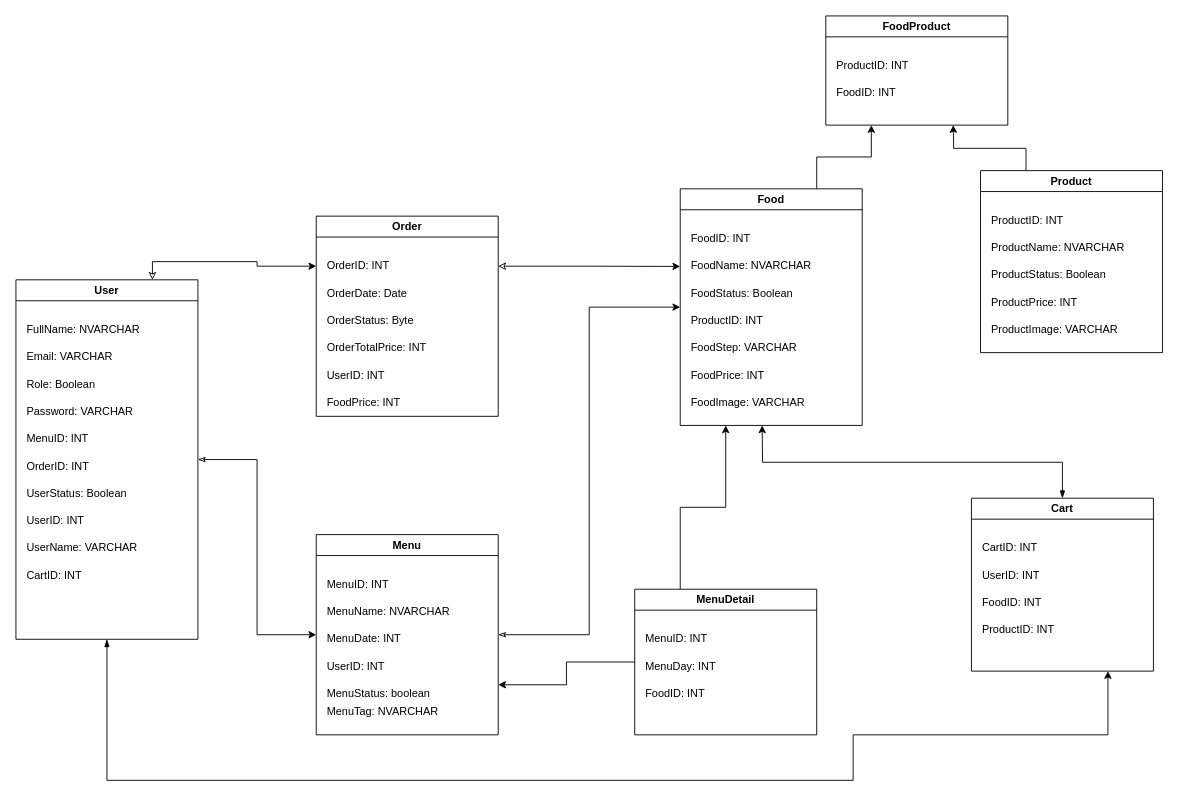
This is FoodyDone1.drawio from Tien-DT/Foody, a draw.io file, before an edit. Source tidied: cells renumbered, new cells numbered last; positions are measured from the earlier drawing's top-left corner, leaving out a move shared by most shapes. Both pictures are drawn from the tidied source at 91%, with x=0, y=0 at pixel (15, 15).
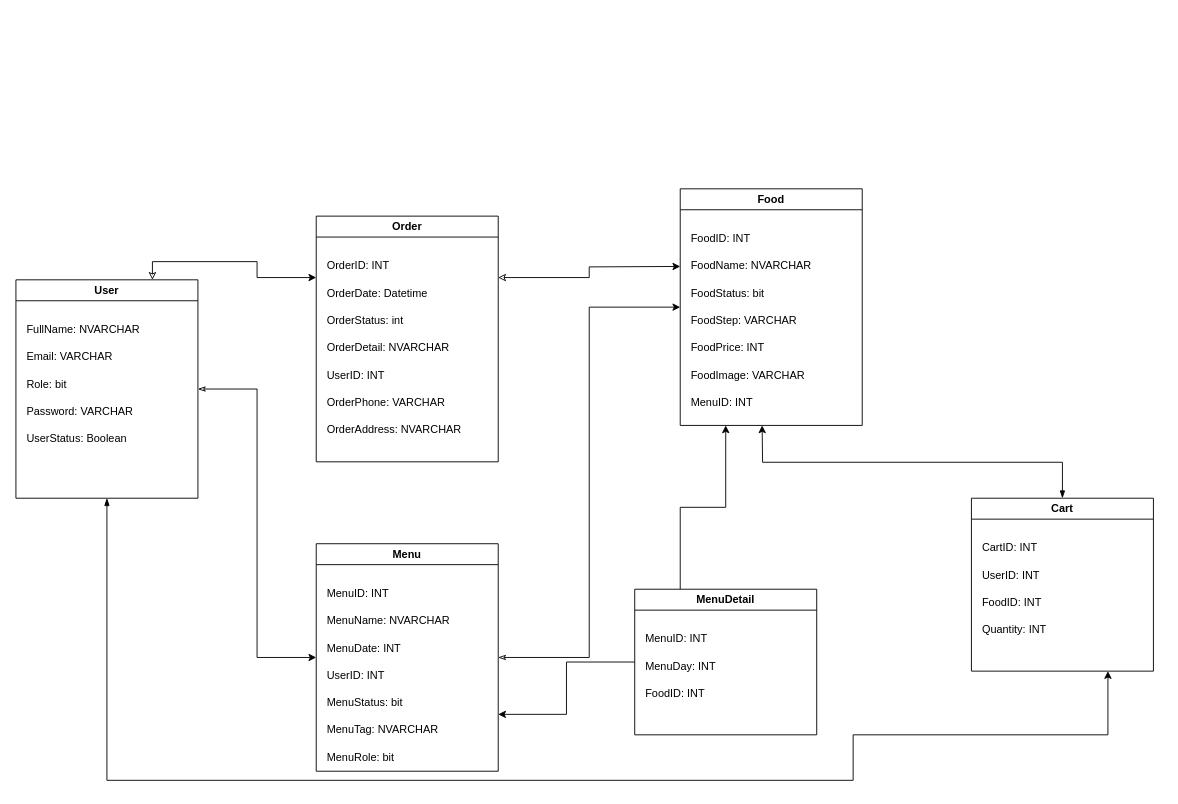
The same diagram, later.

The change refers to these unchanged cells:
```xml
<mxCell id="25" value="Food" style="swimlane;whiteSpace=wrap;html=1;" parent="1" vertex="1">
  <mxGeometry x="730" y="190" width="200" height="260" as="geometry" />
</mxCell>
<mxCell id="49" value="Cart" style="swimlane;whiteSpace=wrap;html=1;" parent="1" vertex="1">
  <mxGeometry x="1050" y="530" width="200" height="190" as="geometry" />
</mxCell>
```

What changed in the source:
```diff
@@
     <mxCell id="5" value="User" style="swimlane;whiteSpace=wrap;html=1;" parent="1" vertex="1">
-      <mxGeometry y="290" width="200" height="395" as="geometry" />
+      <mxGeometry y="290" width="200" height="240" as="geometry" />
     </mxCell>
@@
-    <mxCell id="8" value="Role: Boolean" style="text;html=1;align=left;verticalAlign=middle;whiteSpace=wrap;rounded=0;" parent="5" vertex="1">
+    <mxCell id="8" value="Role: bit" style="text;html=1;align=left;verticalAlign=middle;whiteSpace=wrap;rounded=0;" parent="5" vertex="1">
       <mxGeometry x="10" y="100" width="160" height="30" as="geometry" />
     </mxCell>
@@
-    <mxCell id="10" value="MenuID: INT" style="text;html=1;align=left;verticalAlign=middle;whiteSpace=wrap;rounded=0;" parent="5" vertex="1">
-      <mxGeometry x="10" y="160" width="160" height="30" as="geometry" />
-    </mxCell>
-    <mxCell id="11" value="OrderID: INT" style="text;html=1;align=left;verticalAlign=middle;whiteSpace=wrap;rounded=0;" parent="5" vertex="1">
-      <mxGeometry x="10" y="190" width="160" height="30" as="geometry" />
-    </mxCell>
     <mxCell id="12" value="UserStatus: Boolean" style="text;html=1;align=left;verticalAlign=middle;whiteSpace=wrap;rounded=0;" parent="5" vertex="1">
-      <mxGeometry x="10" y="220" width="160" height="30" as="geometry" />
+      <mxGeometry x="10" y="160" width="160" height="30" as="geometry" />
     </mxCell>
-    <mxCell id="13" value="UserID: INT" style="text;html=1;align=left;verticalAlign=middle;whiteSpace=wrap;rounded=0;" parent="5" vertex="1">
-      <mxGeometry x="10" y="250" width="160" height="30" as="geometry" />
-    </mxCell>
-    <mxCell id="14" value="UserName: VARCHAR" style="text;html=1;align=left;verticalAlign=middle;whiteSpace=wrap;rounded=0;" parent="5" vertex="1">
-      <mxGeometry x="10" y="280" width="160" height="30" as="geometry" />
-    </mxCell>
-    <mxCell id="15" value="CartID: INT" style="text;html=1;align=left;verticalAlign=middle;whiteSpace=wrap;rounded=0;" parent="5" vertex="1">
-      <mxGeometry x="10" y="310" width="160" height="30" as="geometry" />
-    </mxCell>
@@
     <mxCell id="17" value="Menu" style="swimlane;whiteSpace=wrap;html=1;" parent="1" vertex="1">
-      <mxGeometry x="330" y="570" width="200" height="220" as="geometry" />
+      <mxGeometry x="330" y="580" width="200" height="250" as="geometry" />
     </mxCell>
@@
-    <mxCell id="22" value="MenuStatus: boolean" style="text;html=1;align=left;verticalAlign=middle;whiteSpace=wrap;rounded=0;" parent="17" vertex="1">
+    <mxCell id="22" value="MenuStatus: bit" style="text;html=1;align=left;verticalAlign=middle;whiteSpace=wrap;rounded=0;" parent="17" vertex="1">
       <mxGeometry x="10" y="160" width="160" height="30" as="geometry" />
     </mxCell>
     <mxCell id="23" value="MenuTag: NVARCHAR" style="text;html=1;align=left;verticalAlign=middle;whiteSpace=wrap;rounded=0;" parent="17" vertex="1">
-      <mxGeometry x="10" y="180" width="160" height="30" as="geometry" />
+      <mxGeometry x="10" y="190" width="160" height="30" as="geometry" />
     </mxCell>
-    <mxCell id="24" style="edgeStyle=orthogonalEdgeStyle;rounded=0;jettySize=auto;html=1;exitX=0.75;exitY=0;exitDx=0;exitDy=0;entryX=0.25;entryY=1;entryDx=0;entryDy=0;" parent="1" edge="1" source="25" target="60">
-      <mxGeometry relative="1" as="geometry" />
-    </mxCell>
+    <mxCell id="63" value="MenuRole: bit" style="text;html=1;align=left;verticalAlign=middle;whiteSpace=wrap;rounded=0;" parent="17" vertex="1">
+      <mxGeometry x="10" y="220" width="160" height="30" as="geometry" />
+    </mxCell>
@@
-    <mxCell id="28" value="FoodStatus: Boolean" style="text;html=1;align=left;verticalAlign=middle;whiteSpace=wrap;rounded=0;" parent="25" vertex="1">
+    <mxCell id="28" value="FoodStatus: bit" style="text;html=1;align=left;verticalAlign=middle;whiteSpace=wrap;rounded=0;" parent="25" vertex="1">
       <mxGeometry x="10" y="100" width="160" height="30" as="geometry" />
     </mxCell>
-    <mxCell id="29" value="ProductID: INT" style="text;html=1;align=left;verticalAlign=middle;whiteSpace=wrap;rounded=0;" parent="25" vertex="1">
-      <mxGeometry x="10" y="130" width="160" height="30" as="geometry" />
-    </mxCell>
     <mxCell id="30" value="FoodStep: VARCHAR" style="text;html=1;align=left;verticalAlign=middle;whiteSpace=wrap;rounded=0;" parent="25" vertex="1">
-      <mxGeometry x="10" y="160" width="160" height="30" as="geometry" />
+      <mxGeometry x="10" y="130" width="160" height="30" as="geometry" />
     </mxCell>
     <mxCell id="31" value="FoodPrice: INT" style="text;html=1;align=left;verticalAlign=middle;whiteSpace=wrap;rounded=0;" parent="25" vertex="1">
-      <mxGeometry x="10" y="190" width="160" height="30" as="geometry" />
+      <mxGeometry x="10" y="160" width="160" height="30" as="geometry" />
     </mxCell>
     <mxCell id="32" value="FoodImage: VARCHAR" style="text;html=1;align=left;verticalAlign=middle;whiteSpace=wrap;rounded=0;" parent="25" vertex="1">
-      <mxGeometry x="10" y="220" width="160" height="30" as="geometry" />
+      <mxGeometry x="10" y="190" width="160" height="30" as="geometry" />
     </mxCell>
-    <mxCell id="33" style="edgeStyle=orthogonalEdgeStyle;rounded=0;jettySize=auto;html=1;exitX=0.25;exitY=0;exitDx=0;exitDy=0;" parent="1" edge="1" source="34">
-      <mxGeometry relative="1" as="geometry">
-        <mxPoint x="1030" y="120" as="targetPoint" />
-      </mxGeometry>
-    </mxCell>
-    <mxCell id="34" value="Product" style="swimlane;whiteSpace=wrap;html=1;" parent="1" vertex="1">
-      <mxGeometry x="1060" y="170" width="200" height="200" as="geometry" />
-    </mxCell>
-    <mxCell id="35" value="ProductID: INT" style="text;html=1;align=left;verticalAlign=middle;whiteSpace=wrap;rounded=0;" parent="34" vertex="1">
-      <mxGeometry x="10" y="40" width="160" height="30" as="geometry" />
-    </mxCell>
-    <mxCell id="36" value="ProductName: NVARCHAR" style="text;html=1;align=left;verticalAlign=middle;whiteSpace=wrap;rounded=0;" parent="34" vertex="1">
-      <mxGeometry x="10" y="70" width="160" height="30" as="geometry" />
-    </mxCell>
-    <mxCell id="37" value="ProductStatus: Boolean" style="text;html=1;align=left;verticalAlign=middle;whiteSpace=wrap;rounded=0;" parent="34" vertex="1">
-      <mxGeometry x="10" y="100" width="160" height="30" as="geometry" />
-    </mxCell>
-    <mxCell id="38" value="ProductPrice: INT" style="text;html=1;align=left;verticalAlign=middle;whiteSpace=wrap;rounded=0;" parent="34" vertex="1">
-      <mxGeometry x="10" y="130" width="160" height="30" as="geometry" />
-    </mxCell>
-    <mxCell id="39" value="ProductImage: VARCHAR" style="text;html=1;align=left;verticalAlign=middle;whiteSpace=wrap;rounded=0;" parent="34" vertex="1">
-      <mxGeometry x="10" y="160" width="160" height="30" as="geometry" />
-    </mxCell>
+    <mxCell id="10" value="MenuID: INT" style="text;html=1;align=left;verticalAlign=middle;whiteSpace=wrap;rounded=0;" parent="25" vertex="1">
+      <mxGeometry x="10" y="220" width="160" height="30" as="geometry" />
+    </mxCell>
@@
     <mxCell id="41" value="Order" style="swimlane;whiteSpace=wrap;html=1;" parent="1" vertex="1">
-      <mxGeometry x="330" y="220" width="200" height="220" as="geometry" />
+      <mxGeometry x="330" y="220" width="200" height="270" as="geometry" />
     </mxCell>
@@
-    <mxCell id="43" value="OrderDate: Date" style="text;html=1;align=left;verticalAlign=middle;whiteSpace=wrap;rounded=0;" parent="41" vertex="1">
+    <mxCell id="43" value="OrderDate: Datetime" style="text;html=1;align=left;verticalAlign=middle;whiteSpace=wrap;rounded=0;" parent="41" vertex="1">
       <mxGeometry x="10" y="70" width="160" height="30" as="geometry" />
     </mxCell>
-    <mxCell id="44" value="OrderStatus: Byte" style="text;html=1;align=left;verticalAlign=middle;whiteSpace=wrap;rounded=0;" parent="41" vertex="1">
+    <mxCell id="44" value="OrderStatus: int" style="text;html=1;align=left;verticalAlign=middle;whiteSpace=wrap;rounded=0;" parent="41" vertex="1">
       <mxGeometry x="10" y="100" width="160" height="30" as="geometry" />
     </mxCell>
-    <mxCell id="45" value="OrderTotalPrice: INT" style="text;html=1;align=left;verticalAlign=middle;whiteSpace=wrap;rounded=0;" parent="41" vertex="1">
+    <mxCell id="45" value="OrderDetail: NVARCHAR" style="text;html=1;align=left;verticalAlign=middle;whiteSpace=wrap;rounded=0;" parent="41" vertex="1">
       <mxGeometry x="10" y="130" width="160" height="30" as="geometry" />
     </mxCell>
@@
-    <mxCell id="47" value="FoodPrice: INT" style="text;html=1;align=left;verticalAlign=middle;whiteSpace=wrap;rounded=0;" parent="41" vertex="1">
-      <mxGeometry x="10" y="190" width="160" height="30" as="geometry" />
-    </mxCell>
+    <mxCell id="64" value="OrderPhone: VARCHAR" style="text;html=1;align=left;verticalAlign=middle;whiteSpace=wrap;rounded=0;" parent="41" vertex="1">
+      <mxGeometry x="10" y="190" width="160" height="30" as="geometry" />
+    </mxCell>
+    <mxCell id="65" value="OrderAddress: NVARCHAR" style="text;html=1;align=left;verticalAlign=middle;whiteSpace=wrap;rounded=0;" parent="41" vertex="1">
+      <mxGeometry x="10" y="220" width="160" height="30" as="geometry" />
+    </mxCell>
@@
-    <mxCell id="53" value="ProductID: INT" style="text;html=1;align=left;verticalAlign=middle;whiteSpace=wrap;rounded=0;" parent="49" vertex="1">
+    <mxCell id="53" value="Quantity: INT" style="text;html=1;align=left;verticalAlign=middle;whiteSpace=wrap;rounded=0;" parent="49" vertex="1">
       <mxGeometry x="10" y="130" width="160" height="30" as="geometry" />
     </mxCell>
@@
-    <mxCell id="60" value="FoodProduct" style="swimlane;whiteSpace=wrap;html=1;" parent="1" vertex="1">
-      <mxGeometry x="890" width="200" height="120" as="geometry" />
-    </mxCell>
-    <mxCell id="61" value="ProductID: INT" style="text;html=1;align=left;verticalAlign=middle;whiteSpace=wrap;rounded=0;" parent="60" vertex="1">
-      <mxGeometry x="10" y="40" width="160" height="30" as="geometry" />
-    </mxCell>
-    <mxCell id="62" value="FoodID: INT" style="text;html=1;align=left;verticalAlign=middle;whiteSpace=wrap;rounded=0;" parent="60" vertex="1">
-      <mxGeometry x="10" y="70" width="160" height="30" as="geometry" />
-    </mxCell>
```
